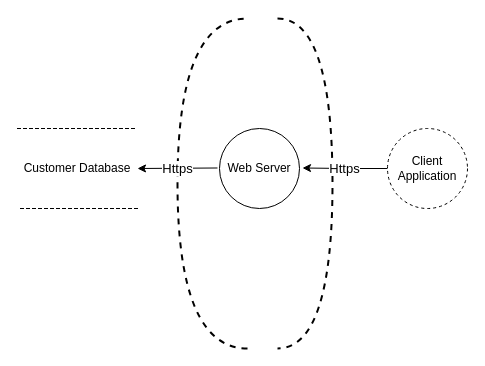
Above: models/drawio.drawio in johnlwhiteman/living-threat-models (draw.io), before the change. Source tidied: cells renumbered, new cells numbered last; positions are measured from the earlier drawing's top-left corner, leaving out a move shared by most shapes. Both pictures are drawn from the tidied source at 100%, with x=0, y=0 at pixel (17, 18).
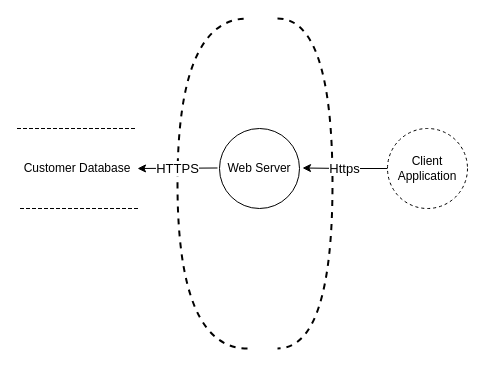
The same page after the edit.

Diff of the diagram source:
```diff
@@
 <mxGraphModel>
   <root>
     <mxCell id="0" />
     <mxCell id="1" parent="0" />
     <mxCell id="2" value="Client Application" style="ellipse;whiteSpace=wrap;html=1;dashed=1;rounded=0;" parent="1" vertex="1">
       <mxGeometry x="370" y="110" width="80" height="80" as="geometry" />
     </mxCell>
     <mxCell id="3" value="Web Server" style="ellipse;whiteSpace=wrap;html=1;rounded=0;" parent="1" vertex="1">
       <mxGeometry x="202" y="110" width="80" height="80" as="geometry" />
     </mxCell>
     <mxCell id="4" style="shape=requiredInterface;html=1;verticalLabelPosition=bottom;dashed=1;strokeWidth=2;align=left;fillColor=#000000;direction=west;rounded=0;" parent="1" vertex="1">
       <mxGeometry x="160" width="70" height="330" as="geometry" />
     </mxCell>
     <mxCell id="5" value="Customer Database" style="shape=partialRectangle;whiteSpace=wrap;html=1;left=0;right=0;fillColor=none;dashed=1;rounded=0;" parent="1" vertex="1">
       <mxGeometry y="110" width="120" height="80" as="geometry" />
     </mxCell>
     <mxCell id="6" style="shape=requiredInterface;html=1;verticalLabelPosition=bottom;dashed=1;strokeColor=#000000;strokeWidth=2;fillColor=none;fontColor=#FF3333;align=left;rounded=0;" parent="1" vertex="1">
       <mxGeometry x="260" width="55" height="330" as="geometry" />
     </mxCell>
     <mxCell id="7" value="Https" style="endArrow=classic;html=1;fontColor=#000000;exitX=0;exitY=0.5;exitDx=0;exitDy=0;strokeColor=#000000;fontSize=13;rounded=0;" parent="1" edge="1" source="2">
       <mxGeometry relative="1" as="geometry">
         <mxPoint x="285" y="149.5" as="targetPoint" />
         <Array as="points">
           <mxPoint x="330" y="150" />
         </Array>
       </mxGeometry>
     </mxCell>
-    <mxCell id="8" value="Https" style="endArrow=classic;html=1;fontColor=#000000;exitX=0.429;exitY=0.547;exitDx=0;exitDy=0;exitPerimeter=0;fontSize=13;rounded=0;" parent="1" edge="1" source="4">
+    <mxCell id="8" value="HTTPS" style="endArrow=classic;html=1;fontColor=#000000;exitX=0.429;exitY=0.547;exitDx=0;exitDy=0;exitPerimeter=0;fontSize=13;rounded=0;" parent="1" edge="1" source="4">
       <mxGeometry relative="1" as="geometry">
         <mxPoint x="120" y="150" as="targetPoint" />
       </mxGeometry>
     </mxCell>
   </root>
 </mxGraphModel>
```
